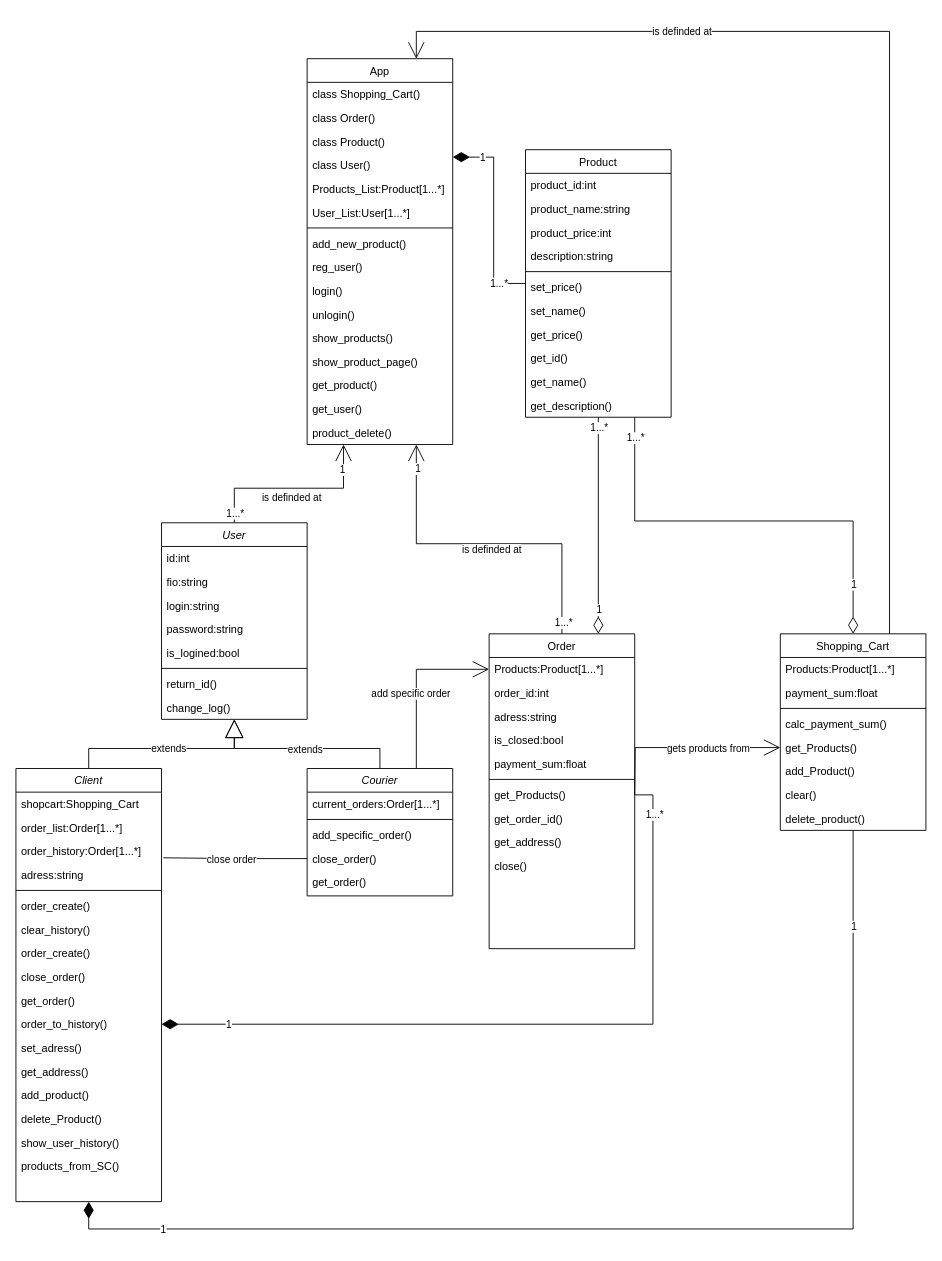
Before: class_diagram_delivery_service.drawio in MstislavRomanovski/ProgramIngeneering, a draw.io diagram. Source tidied: cells renumbered, new cells numbered last; positions are measured from the earlier drawing's top-left corner, leaving out a move shared by most shapes. Both pictures are drawn from the tidied source at 91%, with x=0, y=0 at pixel (15, 58).
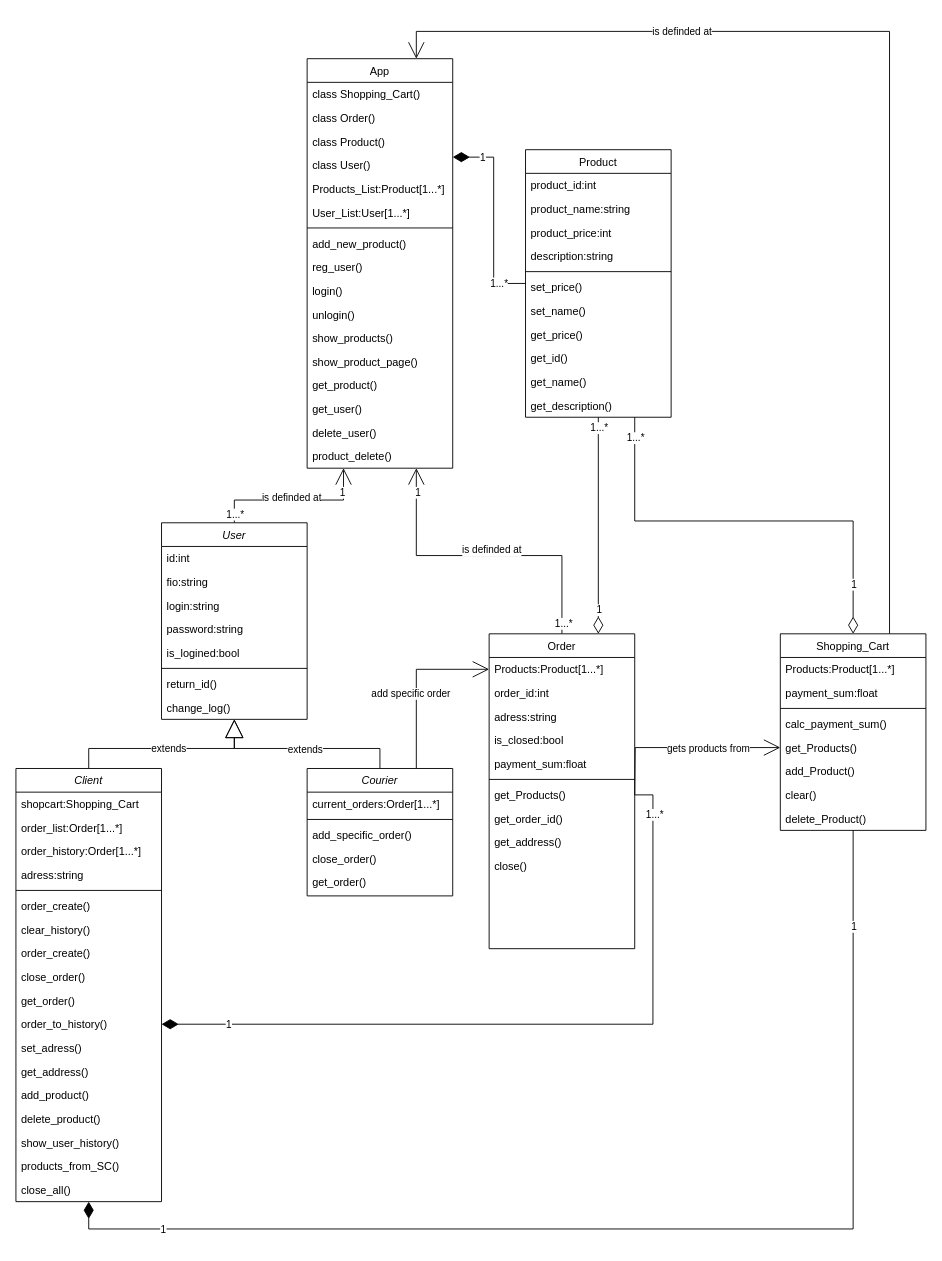
Above is the later version.

Unchanged cells that the change refers to:
```xml
<mxCell id="33" value="Client" style="swimlane;fontStyle=2;align=center;verticalAlign=top;horizontal=1;startSize=26;rounded=0;shadow=0;strokeWidth=1;" parent="1" vertex="1">
  <mxGeometry y="780" width="160" height="476" as="geometry" />
</mxCell>
<mxCell id="36" value="order_history:Order[1...*]" style="text;align=left;verticalAlign=top;spacingLeft=4;spacingRight=4;overflow=hidden;points=[[0,0.5],[1,0.5]];portConstraint=eastwest;rounded=0;shadow=0;html=0;" parent="33" vertex="1">
  <mxGeometry y="78" width="160" height="26" as="geometry" />
</mxCell>
<mxCell id="58" value="close_order()" style="text;align=left;verticalAlign=top;spacingLeft=4;spacingRight=4;overflow=hidden;points=[[0,0.5],[1,0.5]];portConstraint=eastwest;" parent="54" vertex="1">
  <mxGeometry y="86" width="160" height="26" as="geometry" />
</mxCell>
<mxCell id="82" value="Shopping_Cart" style="swimlane;fontStyle=0;align=center;verticalAlign=top;horizontal=1;startSize=26;rounded=0;shadow=0;strokeWidth=1;" parent="1" vertex="1">
  <mxGeometry x="840" y="632" width="160" height="216" as="geometry" />
</mxCell>
```

The edit, as a diff of the source:
```diff
@@
     <mxCell id="14" value="App" style="swimlane;fontStyle=0;align=center;verticalAlign=top;horizontal=1;startSize=26;rounded=0;shadow=0;strokeWidth=1;" parent="1" vertex="1">
-      <mxGeometry x="320" width="160" height="424" as="geometry" />
+      <mxGeometry x="320" width="160" height="450" as="geometry" />
     </mxCell>
@@
+    <mxCell id="119" value="delete_user()" style="text;align=left;verticalAlign=top;spacingLeft=4;spacingRight=4;overflow=hidden;" parent="14" vertex="1">
+      <mxGeometry y="398" width="160" height="26" as="geometry" />
+    </mxCell>
     <mxCell id="30" value="product_delete()" style="text;align=left;verticalAlign=top;spacingLeft=4;spacingRight=4;overflow=hidden;" parent="14" vertex="1">
-      <mxGeometry y="398" width="160" height="26" as="geometry" />
+      <mxGeometry y="424" width="160" height="26" as="geometry" />
     </mxCell>
@@
-    <mxCell id="48" value="delete_Product()" style="text;align=left;verticalAlign=top;spacingLeft=4;spacingRight=4;overflow=hidden;" parent="33" vertex="1">
+    <mxCell id="48" value="delete_product()" style="text;align=left;verticalAlign=top;spacingLeft=4;spacingRight=4;overflow=hidden;" parent="33" vertex="1">
       <mxGeometry y="372" width="160" height="26" as="geometry" />
     </mxCell>
@@
+    <mxCell id="120" value="close_all()" style="text;align=left;verticalAlign=top;spacingLeft=4;spacingRight=4;overflow=hidden;" parent="33" vertex="1">
+      <mxGeometry y="450" width="160" height="26" as="geometry" />
+    </mxCell>
@@
-    <mxCell id="90" value="delete_product()" style="text;align=left;verticalAlign=top;spacingLeft=4;spacingRight=4;overflow=hidden;" parent="82" vertex="1">
+    <mxCell id="90" value="delete_Product()" style="text;align=left;verticalAlign=top;spacingLeft=4;spacingRight=4;overflow=hidden;" parent="82" vertex="1">
       <mxGeometry y="190" width="160" height="26" as="geometry" />
     </mxCell>
@@
-    <mxCell id="117" style="edgeStyle=orthogonalEdgeStyle;rounded=0;jettySize=auto;html=1;exitX=0;exitY=0.5;exitDx=0;exitDy=0;entryX=1.013;entryY=0.775;entryDx=0;entryDy=0;entryPerimeter=0;endArrow=none;endFill=0;" parent="1" edge="1" source="58" target="36">
-      <mxGeometry relative="1" as="geometry" />
-    </mxCell>
-    <mxCell id="118" value="close order" style="edgeLabel;html=1;align=center;verticalAlign=middle;" parent="117" vertex="1">
-      <mxGeometry x="0.06" y="1" relative="1" as="geometry" />
-    </mxCell>
```
